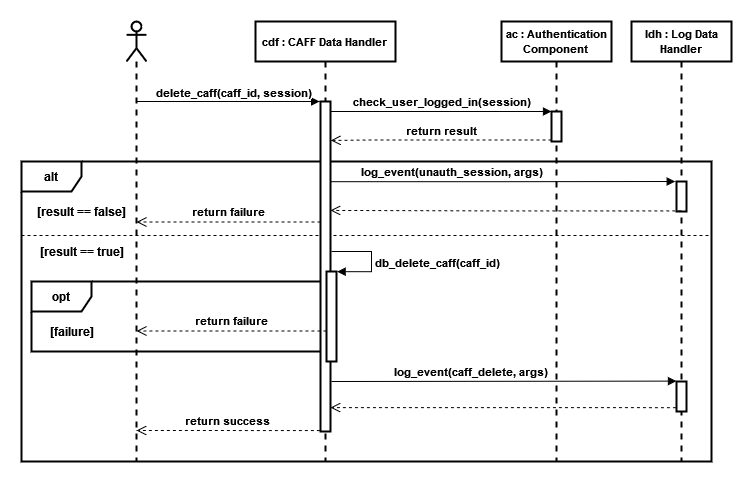
Above: Documentation/Sequence diagrams/Sequence_CAFF_Delete.png in nemkrisz11/Computer-Security-Homework-2021-SHAjt (draw.io), before the change. Source tidied: cells renumbered, new cells last; positions are measured from the earlier drawing's top-left corner, leaving out a move shared by most shapes.
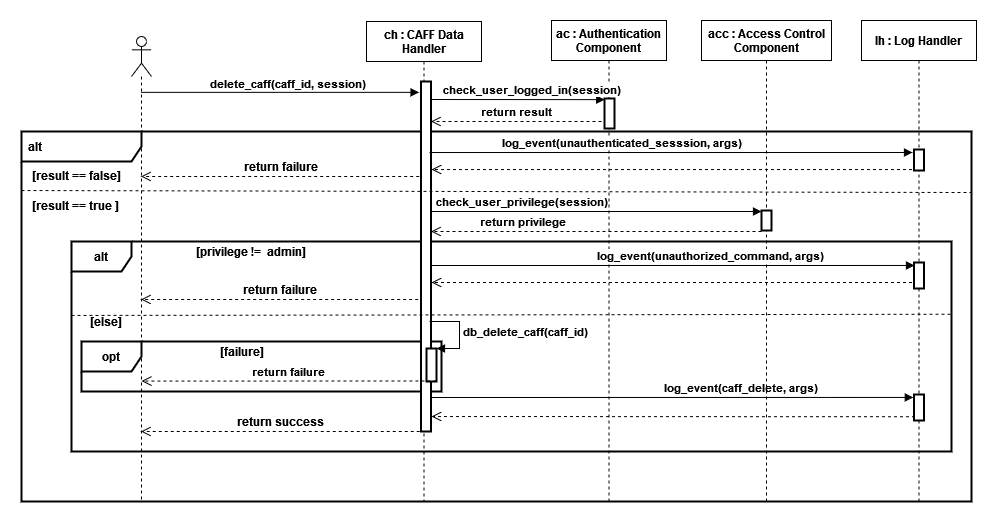
Later version of the same file.

The edit, as a diff of the source:
```diff
@@ -2,140 +2,168 @@
   <root>
     <mxCell id="0" />
     <mxCell id="1" parent="0" />
-    <mxCell id="2" value="&lt;b&gt;alt&lt;/b&gt;" style="shape=umlFrame;whiteSpace=wrap;html=1;strokeWidth=2;" parent="1" vertex="1">
-      <mxGeometry y="140" width="690" height="300" as="geometry" />
-    </mxCell>
+    <mxCell id="29" value="&lt;font style=&quot;font-size: 12px&quot;&gt;&lt;b&gt;alt&lt;/b&gt;&lt;/font&gt;" style="shape=umlFrame;whiteSpace=wrap;html=1;width=120;height=30;boundedLbl=1;verticalAlign=middle;align=left;spacingLeft=5;strokeWidth=2;" parent="1" vertex="1">
+      <mxGeometry x="-130" y="150" width="950" height="370" as="geometry" />
+    </mxCell>
+    <mxCell id="30" value="&lt;b&gt;alt&lt;/b&gt;" style="shape=umlFrame;whiteSpace=wrap;html=1;fontSize=12;strokeWidth=2;" parent="1" vertex="1">
+      <mxGeometry x="-80" y="260" width="880" height="210" as="geometry" />
+    </mxCell>
     <mxCell id="3" value="&lt;b&gt;opt&lt;/b&gt;" style="shape=umlFrame;whiteSpace=wrap;html=1;strokeWidth=2;" parent="1" vertex="1">
-      <mxGeometry x="10" y="260" width="300" height="70" as="geometry" />
+      <mxGeometry x="-70" y="360" width="360" height="50" as="geometry" />
     </mxCell>
-    <mxCell id="4" style="edgeStyle=orthogonalEdgeStyle;rounded=0;jettySize=auto;html=1;endArrow=block;endFill=1;entryX=-0.089;entryY=0;entryDx=0;entryDy=0;entryPerimeter=0;strokeWidth=1;" parent="1" edge="1" source="6" target="9">
-      <mxGeometry relative="1" as="geometry">
-        <Array as="points">
-          <mxPoint x="160" y="80" />
-          <mxPoint x="160" y="80" />
-        </Array>
-      </mxGeometry>
-    </mxCell>
+    <mxCell id="31" value="&lt;b&gt;check_user_privilege(session)&lt;/b&gt;" style="html=1;verticalAlign=bottom;endArrow=block;rounded=0;" parent="1" edge="1" target="52">
+      <mxGeometry x="-0.46" relative="1" as="geometry">
+        <mxPoint x="280" y="230" as="sourcePoint" />
+      </mxGeometry>
+    </mxCell>
+    <mxCell id="32" value="ch : CAFF Data&#10; Handler" style="shape=umlLifeline;perimeter=lifelinePerimeter;rounded=0;shadow=0;strokeWidth=1;fontStyle=1;" parent="1" vertex="1">
+      <mxGeometry x="215" y="40" width="115" height="480" as="geometry" />
+    </mxCell>
+    <mxCell id="33" style="points=[];perimeter=orthogonalPerimeter;rounded=0;shadow=0;strokeWidth=2;" parent="32" vertex="1">
+      <mxGeometry x="54.5" y="60" width="10" height="350" as="geometry" />
+    </mxCell>
+    <mxCell id="34" style="html=1;points=[];perimeter=orthogonalPerimeter;fontSize=11;strokeWidth=2;" parent="32" vertex="1">
+      <mxGeometry x="60" y="327" width="10" height="33" as="geometry" />
+    </mxCell>
+    <mxCell id="10" value="&lt;b&gt;db_delete_caff(caff_id)&lt;/b&gt;" style="edgeStyle=orthogonalEdgeStyle;html=1;align=left;spacingLeft=2;endArrow=block;rounded=0;entryX=1;entryY=0;fontSize=11;" parent="32" edge="1" target="34">
+      <mxGeometry relative="1" as="geometry">
+        <mxPoint x="63" y="300" as="sourcePoint" />
+        <Array as="points">
+          <mxPoint x="93" y="300" />
+          <mxPoint x="93" y="327" />
+        </Array>
+      </mxGeometry>
+    </mxCell>
+    <mxCell id="35" style="shape=umlLifeline;participant=umlActor;perimeter=lifelinePerimeter;whiteSpace=wrap;html=1;verticalAlign=top;spacingTop=36;outlineConnect=0;" parent="1" vertex="1">
+      <mxGeometry x="-20" y="55" width="20" height="465" as="geometry" />
+    </mxCell>
+    <mxCell id="36" style="html=1;verticalAlign=bottom;endArrow=block;rounded=0;entryX=-0.195;entryY=0.031;entryDx=0;entryDy=0;entryPerimeter=0;" parent="1" edge="1" source="35" target="33">
+      <mxGeometry relative="1" as="geometry" />
+    </mxCell>
-    <mxCell id="5" value="&lt;div&gt;&lt;b&gt;delete_caff(caff_id, session)&lt;/b&gt;&lt;/div&gt;" style="edgeLabel;html=1;align=center;verticalAlign=middle;" parent="4" vertex="1">
-      <mxGeometry x="0.23" y="-1" relative="1" as="geometry">
-        <mxPoint x="-16" y="-11" as="offset" />
+    <mxCell id="5" value="&lt;b&gt;delete_caff(caff_id, session)&lt;br&gt;&lt;/b&gt;" style="edgeLabel;html=1;align=center;verticalAlign=middle;" parent="36" vertex="1">
+      <mxGeometry x="-0.1" y="1" relative="1" as="geometry">
+        <mxPoint x="21" y="-8" as="offset" />
       </mxGeometry>
     </mxCell>
-    <mxCell id="6" style="shape=umlLifeline;participant=umlActor;perimeter=lifelinePerimeter;whiteSpace=wrap;html=1;verticalAlign=top;spacingTop=36;outlineConnect=0;strokeWidth=2;" parent="1" vertex="1">
-      <mxGeometry x="105" width="20" height="440" as="geometry" />
-    </mxCell>
-    <mxCell id="7" value="&lt;font style=&quot;font-size: 11px&quot;&gt;&lt;b&gt;cdf : CAFF Data Handler&lt;br&gt;&lt;/b&gt;&lt;/font&gt;" style="shape=umlLifeline;perimeter=lifelinePerimeter;whiteSpace=wrap;html=1;strokeWidth=2;" parent="1" vertex="1">
-      <mxGeometry x="234" width="140" height="440" as="geometry" />
-    </mxCell>
-    <mxCell id="8" style="line;strokeWidth=1;fillColor=none;align=left;verticalAlign=middle;spacingTop=-1;spacingLeft=3;spacingRight=3;labelPosition=right;dashed=1;" parent="7" vertex="1">
-      <mxGeometry x="-234" y="210" width="690" height="8" as="geometry" />
-    </mxCell>
-    <mxCell id="9" style="html=1;points=[];perimeter=orthogonalPerimeter;strokeWidth=2;" parent="7" vertex="1">
-      <mxGeometry x="65" y="80" width="10" height="330" as="geometry" />
-    </mxCell>
-    <mxCell id="10" value="&lt;b&gt;db_delete_caff(caff_id)&lt;/b&gt;" style="edgeStyle=orthogonalEdgeStyle;html=1;align=left;spacingLeft=2;endArrow=block;rounded=0;entryX=1.062;entryY=0.002;entryDx=0;entryDy=0;entryPerimeter=0;strokeWidth=1;" parent="7" edge="1" target="11">
-      <mxGeometry x="0.08" relative="1" as="geometry">
-        <mxPoint x="76" y="230" as="sourcePoint" />
-        <Array as="points">
-          <mxPoint x="116" y="230" />
-          <mxPoint x="116" y="250" />
-        </Array>
-      </mxGeometry>
-    </mxCell>
-    <mxCell id="11" style="html=1;points=[];perimeter=orthogonalPerimeter;strokeWidth=2;" parent="7" vertex="1">
-      <mxGeometry x="71" y="250" width="10" height="90" as="geometry" />
-    </mxCell>
-    <mxCell id="12" value="&lt;font style=&quot;font-size: 11px&quot;&gt;&lt;b&gt;ac : Authentication Component&lt;br&gt;&lt;/b&gt;&lt;/font&gt;" style="shape=umlLifeline;perimeter=lifelinePerimeter;whiteSpace=wrap;html=1;strokeWidth=2;" parent="1" vertex="1">
-      <mxGeometry x="480" width="110" height="440" as="geometry" />
+    <mxCell id="12" value="ac : Authentication&#10; Component" style="shape=umlLifeline;perimeter=lifelinePerimeter;rounded=0;shadow=0;strokeWidth=1;fontStyle=1;" parent="1" vertex="1">
+      <mxGeometry x="400" y="39" width="115" height="481" as="geometry" />
     </mxCell>
-    <mxCell id="13" style="html=1;points=[];perimeter=orthogonalPerimeter;strokeWidth=2;" parent="12" vertex="1">
-      <mxGeometry x="50" y="90" width="10" height="30" as="geometry" />
-    </mxCell>
-    <mxCell id="14" value="&lt;b&gt;log_event(unauth_session, args)&lt;/b&gt;" style="html=1;verticalAlign=bottom;endArrow=block;rounded=0;edgeStyle=orthogonalEdgeStyle;entryX=-0.031;entryY=0.057;entryDx=0;entryDy=0;entryPerimeter=0;strokeWidth=1;exitX=1.038;exitY=0.243;exitDx=0;exitDy=0;exitPerimeter=0;" parent="12" edge="1" source="9">
-      <mxGeometry x="-0.3" relative="1" as="geometry">
-        <mxPoint x="173.7" y="160" as="targetPoint" />
-      </mxGeometry>
-    </mxCell>
+    <mxCell id="37" style="points=[];perimeter=orthogonalPerimeter;rounded=0;shadow=0;strokeWidth=2;" parent="12" vertex="1">
+      <mxGeometry x="53" y="78" width="10" height="30" as="geometry" />
+    </mxCell>
-    <mxCell id="15" value="&lt;b&gt;check_user_logged_in(session)&lt;/b&gt;" style="html=1;verticalAlign=bottom;endArrow=block;entryX=0;entryY=0;rounded=0;edgeStyle=orthogonalEdgeStyle;strokeWidth=1;" parent="1" edge="1" target="13">
-      <mxGeometry relative="1" as="geometry">
-        <mxPoint x="309" y="90" as="sourcePoint" />
-        <Array as="points">
-          <mxPoint x="309" y="90" />
-        </Array>
+    <mxCell id="15" value="&lt;b&gt;check_user_logged_in(session)&lt;/b&gt;" style="html=1;verticalAlign=bottom;endArrow=block;rounded=0;entryX=0.021;entryY=0.038;entryDx=0;entryDy=0;entryPerimeter=0;" parent="1" edge="1" target="37">
+      <mxGeometry x="0.15" relative="1" as="geometry">
+        <mxPoint x="280" y="118" as="sourcePoint" />
       </mxGeometry>
     </mxCell>
-    <mxCell id="16" value="&lt;b&gt;return result&lt;br&gt;&lt;/b&gt;" style="html=1;verticalAlign=bottom;endArrow=open;dashed=1;endSize=8;exitX=0;exitY=0.95;rounded=0;edgeStyle=orthogonalEdgeStyle;strokeWidth=1;entryX=1.033;entryY=0.118;entryDx=0;entryDy=0;entryPerimeter=0;" parent="1" edge="1" source="13" target="9">
+    <mxCell id="16" value="&lt;b&gt;return result&lt;br&gt;&lt;/b&gt;" style="html=1;verticalAlign=bottom;endArrow=open;dashed=1;endSize=8;rounded=0;" parent="1" edge="1" target="33">
       <mxGeometry relative="1" as="geometry">
-        <Array as="points">
-          <mxPoint x="345" y="118" />
-        </Array>
+        <mxPoint x="450" y="140" as="sourcePoint" />
       </mxGeometry>
     </mxCell>
+    <mxCell id="38" style="endArrow=none;dashed=1;html=1;strokeWidth=1;rounded=0;endSize=6;exitX=0;exitY=1;exitDx=0;exitDy=0;" parent="1" edge="1" source="17">
+      <mxGeometry relative="1" as="geometry">
+        <mxPoint x="820" y="211" as="targetPoint" />
+      </mxGeometry>
+    </mxCell>
+    <mxCell id="39" value="&lt;b&gt;[result == true ]&lt;br&gt;&lt;/b&gt;" style="text;html=1;strokeColor=none;fillColor=none;align=center;verticalAlign=middle;whiteSpace=wrap;rounded=0;" parent="1" vertex="1">
+      <mxGeometry x="-130" y="209" width="110" height="30" as="geometry" />
+    </mxCell>
-    <mxCell id="17" value="&lt;b&gt;[result == false]&lt;br&gt;&lt;/b&gt;" style="text;html=1;align=center;verticalAlign=middle;points=[];strokeColor=none;fillColor=none;" parent="1" vertex="1">
-      <mxGeometry x="10" y="180" width="100" height="20" as="geometry" />
+    <mxCell id="17" value="&lt;b&gt;[result == false]&lt;/b&gt;" style="text;html=1;strokeColor=none;fillColor=none;align=center;verticalAlign=middle;whiteSpace=wrap;rounded=0;" parent="1" vertex="1">
+      <mxGeometry x="-130" y="179" width="110" height="30" as="geometry" />
     </mxCell>
-    <mxCell id="18" value="&lt;b&gt;return failure&lt;br&gt;&lt;/b&gt;" style="html=1;verticalAlign=bottom;endArrow=open;dashed=1;endSize=8;rounded=0;edgeStyle=orthogonalEdgeStyle;strokeWidth=1;exitX=-0.006;exitY=0.365;exitDx=0;exitDy=0;exitPerimeter=0;" parent="1" edge="1" source="9" target="6">
-      <mxGeometry relative="1" as="geometry">
-        <Array as="points">
-          <mxPoint x="200" y="201" />
-          <mxPoint x="200" y="201" />
-        </Array>
-      </mxGeometry>
-    </mxCell>
-    <mxCell id="19" value="&lt;b&gt;[result == true]&lt;br&gt;&lt;/b&gt;" style="text;html=1;align=center;verticalAlign=middle;strokeColor=none;fillColor=none;" parent="1" vertex="1">
-      <mxGeometry x="10" y="220" width="100" height="20" as="geometry" />
-    </mxCell>
+    <mxCell id="40" value="&lt;b&gt;return failure&lt;br&gt;&lt;/b&gt;" style="html=1;verticalAlign=bottom;endArrow=open;dashed=1;endSize=8;rounded=0;fontSize=12;strokeWidth=1;exitX=0.016;exitY=0.476;exitDx=0;exitDy=0;exitPerimeter=0;" parent="1" edge="1">
+      <mxGeometry relative="1" as="geometry">
+        <mxPoint x="267.7" y="195" as="sourcePoint" />
+        <mxPoint x="-10.5" y="195" as="targetPoint" />
+      </mxGeometry>
+    </mxCell>
+    <mxCell id="41" value="&lt;div&gt;&lt;b&gt;[privilege !=&amp;nbsp; admin]&lt;/b&gt;&lt;/div&gt;" style="text;html=1;strokeColor=none;fillColor=none;align=center;verticalAlign=middle;whiteSpace=wrap;rounded=0;fontSize=12;" parent="1" vertex="1">
+      <mxGeometry x="-10" y="260" width="220" height="20" as="geometry" />
+    </mxCell>
+    <mxCell id="42" value="&lt;b&gt;[else]&lt;/b&gt;" style="text;html=1;strokeColor=none;fillColor=none;align=center;verticalAlign=middle;whiteSpace=wrap;rounded=0;fontSize=12;" parent="1" vertex="1">
+      <mxGeometry x="-130" y="330" width="170" height="20" as="geometry" />
+    </mxCell>
+    <mxCell id="43" style="endArrow=none;dashed=1;html=1;rounded=0;fontSize=12;endSize=6;strokeWidth=1;entryX=1;entryY=0.442;entryDx=0;entryDy=0;entryPerimeter=0;exitX=0;exitY=0.352;exitDx=0;exitDy=0;exitPerimeter=0;" parent="1" edge="1" source="30">
+      <mxGeometry relative="1" as="geometry">
+        <mxPoint x="800" y="332.7" as="targetPoint" />
+      </mxGeometry>
+    </mxCell>
+    <mxCell id="27" value="&lt;b&gt;return success&lt;br&gt;&lt;/b&gt;" style="html=1;verticalAlign=bottom;endArrow=open;dashed=1;endSize=8;rounded=0;fontSize=12;strokeWidth=1;exitX=-0.13;exitY=1;exitDx=0;exitDy=0;exitPerimeter=0;" parent="1" edge="1" source="33" target="35">
+      <mxGeometry relative="1" as="geometry" />
+    </mxCell>
+    <mxCell id="44" value="&lt;b&gt;return failure&lt;br&gt;&lt;/b&gt;" style="html=1;verticalAlign=bottom;endArrow=open;dashed=1;endSize=8;rounded=0;fontSize=12;strokeWidth=1;exitX=0.016;exitY=0.476;exitDx=0;exitDy=0;exitPerimeter=0;" parent="1" edge="1">
+      <mxGeometry relative="1" as="geometry">
+        <mxPoint x="266.7" y="318" as="sourcePoint" />
+        <mxPoint x="-10.5" y="318" as="targetPoint" />
+      </mxGeometry>
+    </mxCell>
+    <mxCell id="45" value="lh : Log Handler" style="shape=umlLifeline;perimeter=lifelinePerimeter;rounded=0;shadow=0;strokeWidth=1;fontStyle=1;" parent="1" vertex="1">
+      <mxGeometry x="710" y="39" width="115" height="481" as="geometry" />
+    </mxCell>
+    <mxCell id="46" style="perimeter=orthogonalPerimeter;rounded=0;shadow=0;strokeWidth=2;" parent="45" vertex="1">
+      <mxGeometry x="52.5" y="129" width="10" height="21" as="geometry" />
+    </mxCell>
+    <mxCell id="47" style="perimeter=orthogonalPerimeter;rounded=0;shadow=0;strokeWidth=2;" parent="45" vertex="1">
+      <mxGeometry x="52.5" y="242" width="10" height="26" as="geometry" />
+    </mxCell>
+    <mxCell id="48" style="perimeter=orthogonalPerimeter;rounded=0;shadow=0;strokeWidth=2;" parent="45" vertex="1">
+      <mxGeometry x="52.5" y="374" width="10" height="26" as="geometry" />
+    </mxCell>
+    <mxCell id="25" value="&lt;font style=&quot;font-size: 11px&quot;&gt;&lt;b&gt;log_event(caff_delete, args)&lt;br&gt;&lt;/b&gt;&lt;/font&gt;" style="html=1;verticalAlign=bottom;endArrow=block;rounded=0;fontSize=12;endSize=6;strokeWidth=1;entryX=-0.071;entryY=-0.003;entryDx=0;entryDy=0;entryPerimeter=0;" parent="1" edge="1">
+      <mxGeometry x="0.28" relative="1" as="geometry">
+        <mxPoint x="280" y="416" as="sourcePoint" />
+        <mxPoint x="761.8" y="415.9" as="targetPoint" />
+      </mxGeometry>
+    </mxCell>
+    <mxCell id="49" style="html=1;verticalAlign=bottom;endArrow=open;dashed=1;endSize=8;rounded=0;fontSize=12;strokeWidth=1;exitX=0.098;exitY=1.01;exitDx=0;exitDy=0;exitPerimeter=0;" parent="1" edge="1">
+      <mxGeometry relative="1" as="geometry">
+        <mxPoint x="763.5" y="435.2" as="sourcePoint" />
+        <mxPoint x="280" y="435" as="targetPoint" />
+      </mxGeometry>
+    </mxCell>
+    <mxCell id="50" value="acc : Access Control&#10;Component" style="shape=umlLifeline;perimeter=lifelinePerimeter;rounded=0;shadow=0;strokeWidth=1;fontStyle=1;" parent="1" vertex="1">
+      <mxGeometry x="550" y="39" width="130" height="481" as="geometry" />
+    </mxCell>
+    <mxCell id="51" value="&lt;font style=&quot;font-size: 11px&quot;&gt;&lt;b&gt;return privilege&lt;br&gt;&lt;/b&gt;&lt;/font&gt;" style="html=1;verticalAlign=bottom;endArrow=open;dashed=1;endSize=8;rounded=0;fontSize=12;strokeWidth=1;" parent="50" edge="1" target="33">
+      <mxGeometry x="0.44" relative="1" as="geometry">
+        <mxPoint x="60" y="211" as="sourcePoint" />
+      </mxGeometry>
+    </mxCell>
+    <mxCell id="52" style="points=[];perimeter=orthogonalPerimeter;rounded=0;shadow=0;strokeWidth=2;" parent="50" vertex="1">
+      <mxGeometry x="60" y="190" width="10" height="20" as="geometry" />
+    </mxCell>
+    <mxCell id="53" value="&lt;font style=&quot;font-size: 11px&quot;&gt;&lt;b&gt;log_event(unauthorized_command, args)&lt;br&gt;&lt;/b&gt;&lt;/font&gt;" style="html=1;verticalAlign=bottom;endArrow=block;rounded=0;fontSize=12;endSize=6;strokeWidth=1;entryX=0.05;entryY=0.007;entryDx=0;entryDy=0;entryPerimeter=0;" parent="1" edge="1">
+      <mxGeometry x="0.16" relative="1" as="geometry">
+        <mxPoint x="280" y="284" as="sourcePoint" />
+        <mxPoint x="763" y="284" as="targetPoint" />
+      </mxGeometry>
+    </mxCell>
+    <mxCell id="54" style="html=1;verticalAlign=bottom;endArrow=open;dashed=1;endSize=8;rounded=0;fontSize=12;strokeWidth=1;exitX=0.098;exitY=1.01;exitDx=0;exitDy=0;exitPerimeter=0;startSize=7;" parent="1" edge="1">
+      <mxGeometry relative="1" as="geometry">
+        <mxPoint x="760.5" y="301" as="sourcePoint" />
+        <mxPoint x="280" y="301" as="targetPoint" />
+      </mxGeometry>
+    </mxCell>
+    <mxCell id="55" value="&lt;font style=&quot;font-size: 11px&quot;&gt;&lt;b&gt;log_event(&lt;/b&gt;&lt;/font&gt;&lt;font style=&quot;font-size: 11px&quot;&gt;&lt;b&gt;unauthenticated_sesssion&lt;/b&gt;&lt;/font&gt;&lt;font style=&quot;font-size: 11px&quot;&gt;&lt;b&gt;, args)&lt;br&gt;&lt;/b&gt;&lt;/font&gt;" style="html=1;verticalAlign=bottom;endArrow=block;rounded=0;fontSize=12;endSize=6;strokeWidth=1;entryX=0.05;entryY=0.007;entryDx=0;entryDy=0;entryPerimeter=0;" parent="1" edge="1">
+      <mxGeometry x="-0.2" relative="1" as="geometry">
+        <mxPoint x="278" y="171" as="sourcePoint" />
+        <mxPoint x="761" y="171" as="targetPoint" />
+      </mxGeometry>
+    </mxCell>
+    <mxCell id="56" style="html=1;verticalAlign=bottom;endArrow=open;dashed=1;endSize=8;rounded=0;fontSize=12;strokeWidth=1;exitX=0.098;exitY=1.01;exitDx=0;exitDy=0;exitPerimeter=0;startSize=7;" parent="1" edge="1">
+      <mxGeometry relative="1" as="geometry">
+        <mxPoint x="760.5" y="188" as="sourcePoint" />
+        <mxPoint x="280" y="188" as="targetPoint" />
+      </mxGeometry>
+    </mxCell>
     <mxCell id="20" value="&lt;b&gt;[failure]&lt;/b&gt;" style="text;html=1;align=center;verticalAlign=middle;strokeColor=none;fillColor=none;" parent="1" vertex="1">
-      <mxGeometry x="20" y="300" width="60" height="20" as="geometry" />
+      <mxGeometry x="60" y="360" width="60" height="20" as="geometry" />
     </mxCell>
-    <mxCell id="21" value="&lt;b&gt;return failure&lt;br&gt;&lt;/b&gt;" style="html=1;verticalAlign=bottom;endArrow=open;dashed=1;endSize=8;rounded=0;edgeStyle=orthogonalEdgeStyle;strokeWidth=1;exitX=-0.007;exitY=0.661;exitDx=0;exitDy=0;exitPerimeter=0;" parent="1" edge="1" source="11" target="6">
-      <mxGeometry relative="1" as="geometry">
-        <Array as="points">
-          <mxPoint x="160" y="310" />
-          <mxPoint x="160" y="310" />
-        </Array>
-      </mxGeometry>
-    </mxCell>
-    <mxCell id="22" value="&lt;font style=&quot;font-size: 11px&quot;&gt;&lt;b&gt;ldh : Log Data Handler&lt;br&gt;&lt;/b&gt;&lt;/font&gt;" style="shape=umlLifeline;perimeter=lifelinePerimeter;whiteSpace=wrap;html=1;strokeWidth=2;" parent="1" vertex="1">
-      <mxGeometry x="610" width="100" height="440" as="geometry" />
-    </mxCell>
-    <mxCell id="23" style="html=1;points=[];perimeter=orthogonalPerimeter;strokeWidth=2;" parent="22" vertex="1">
-      <mxGeometry x="45" y="360" width="10" height="30" as="geometry" />
-    </mxCell>
-    <mxCell id="24" style="html=1;perimeter=orthogonalPerimeter;strokeWidth=2;" parent="22" vertex="1">
-      <mxGeometry x="45" y="160" width="10" height="30" as="geometry" />
-    </mxCell>
-    <mxCell id="25" value="&lt;b&gt;log_event(caff_delete, args)&lt;/b&gt;" style="html=1;verticalAlign=bottom;endArrow=block;rounded=0;edgeStyle=orthogonalEdgeStyle;entryX=-0.004;entryY=-0.013;entryDx=0;entryDy=0;entryPerimeter=0;strokeWidth=1;" parent="1" edge="1" target="23">
-      <mxGeometry x="-0.19" relative="1" as="geometry">
-        <mxPoint x="310" y="360" as="sourcePoint" />
-        <Array as="points">
-          <mxPoint x="310" y="360" />
-        </Array>
-      </mxGeometry>
-    </mxCell>
-    <mxCell id="26" style="html=1;verticalAlign=bottom;endArrow=open;dashed=1;endSize=8;rounded=0;edgeStyle=orthogonalEdgeStyle;exitX=-0.057;exitY=0.871;exitDx=0;exitDy=0;exitPerimeter=0;strokeWidth=1;" parent="1" edge="1" source="23" target="9">
-      <mxGeometry relative="1" as="geometry">
-        <Array as="points">
-          <mxPoint x="380" y="386" />
-          <mxPoint x="380" y="386" />
-        </Array>
-      </mxGeometry>
-    </mxCell>
-    <mxCell id="27" value="&lt;b&gt;return success&lt;br&gt;&lt;/b&gt;" style="html=1;verticalAlign=bottom;endArrow=open;dashed=1;endSize=8;rounded=0;edgeStyle=orthogonalEdgeStyle;exitX=-0.065;exitY=0.997;exitDx=0;exitDy=0;exitPerimeter=0;strokeWidth=1;" parent="1" edge="1" source="9" target="6">
-      <mxGeometry relative="1" as="geometry">
-        <Array as="points">
-          <mxPoint x="200" y="409" />
-          <mxPoint x="200" y="409" />
-        </Array>
-      </mxGeometry>
-    </mxCell>
-    <mxCell id="28" style="html=1;verticalAlign=bottom;endArrow=open;dashed=1;endSize=8;rounded=0;edgeStyle=orthogonalEdgeStyle;exitX=-0.057;exitY=0.871;exitDx=0;exitDy=0;exitPerimeter=0;strokeWidth=1;entryX=0.995;entryY=0.33;entryDx=0;entryDy=0;entryPerimeter=0;" parent="1" edge="1" target="9">
-      <mxGeometry relative="1" as="geometry">
-        <mxPoint x="659.8" y="189.4" as="sourcePoint" />
-        <Array as="points">
-          <mxPoint x="480" y="189" />
-        </Array>
-      </mxGeometry>
-    </mxCell>
+    <mxCell id="57" value="&lt;b&gt;return failure&lt;br&gt;&lt;/b&gt;" style="html=1;verticalAlign=bottom;endArrow=open;dashed=1;endSize=8;rounded=0;edgeStyle=orthogonalEdgeStyle;strokeWidth=1;exitX=-0.007;exitY=0.661;exitDx=0;exitDy=0;exitPerimeter=0;entryX=0.5;entryY=0.741;entryDx=0;entryDy=0;entryPerimeter=0;" parent="1" edge="1" target="35">
+      <mxGeometry relative="1" as="geometry">
+        <mxPoint x="284.9" y="399.5" as="sourcePoint" />
+      </mxGeometry>
+    </mxCell>
   </root>
 </mxGraphModel>
```
